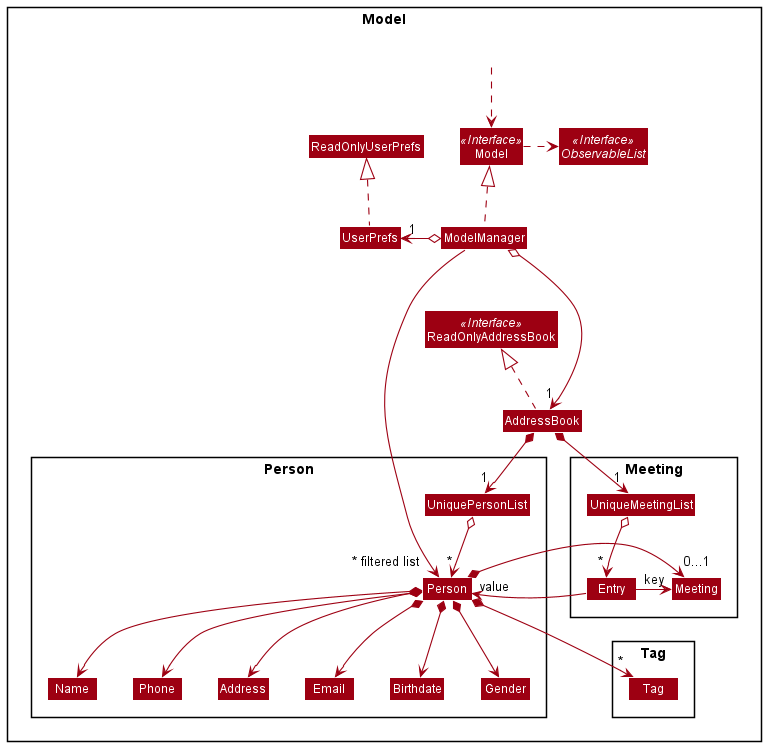
Earlier version of the PlantUML export docs/images/ModelClassDiagram.png (nus-cs2103-AY2021S2/tp).
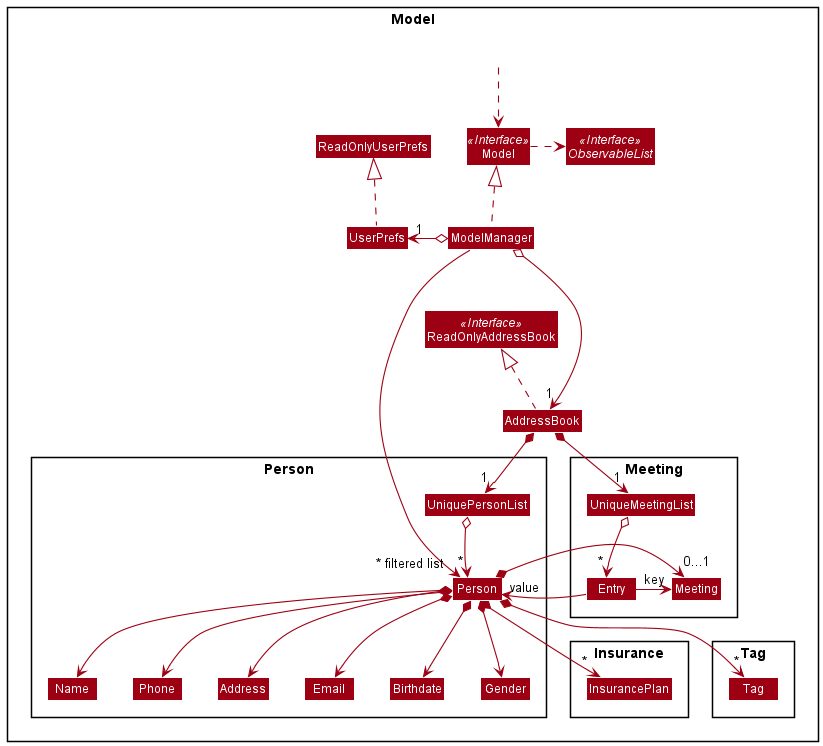
Above is the later version.

Commit message:
Edit UML diagram for Model component in Developer Guide

Diff of the diagram source:
```diff
@@ -37,6 +37,10 @@
 Class Tag
 }
 
+Package Insurance {
+Class InsurancePlan
+}
+
 
 Class HiddenOutside #FFFFFF
 HiddenOutside ..> Model
@@ -59,6 +63,7 @@
 Person *--> Birthdate
 Person *--> "*" Tag
 Person *--> "0...1" Meeting
+Person *--> "*" InsurancePlan
 
 AddressBook *--> "1" UniqueMeetingList
 UniqueMeetingList o--> "*" Entry
@@ -73,6 +78,7 @@
 Address -[hidden]right-> Email
 Tag -[hidden]left-> Meeting
 Entry -[hidden]left-> Person
-
+Person -[hidden]down-> InsurancePlan
+Person -[hidden]up-> UniquePersonList
 ModelManager ----->" ~* filtered list" Person
 @enduml
```
